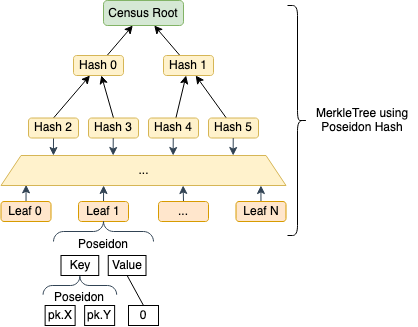
Earlier version of the draw.io export src/.vuepress/public/zk-census-proof-poseidon-merkletree-diagram.png (vocdoni/docs). Source tidied: cells renumbered, new cells last; positions are measured from the earlier drawing's top-left corner, leaving out a move shared by most shapes.
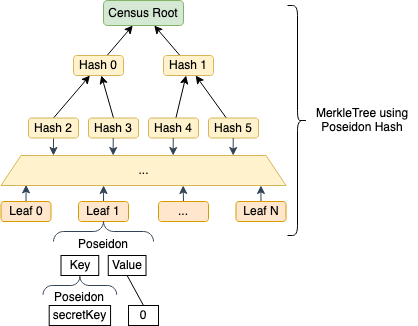
The same file after the commit.

Change to the diagram source:
```diff
@@ -131,11 +131,8 @@
     <mxCell id="39" value="Poseidon" style="text;html=1;strokeColor=none;fillColor=none;align=center;verticalAlign=middle;whiteSpace=wrap;rounded=0;" parent="1" vertex="1">
       <mxGeometry x="58.4" y="287" width="40" height="20" as="geometry" />
     </mxCell>
-    <mxCell id="40" value="pk.X" style="rounded=0;whiteSpace=wrap;html=1;" parent="1" vertex="1">
-      <mxGeometry x="43.6" y="305" width="30" height="20" as="geometry" />
+    <mxCell id="40" value="secretKey" style="rounded=0;whiteSpace=wrap;html=1;" parent="1" vertex="1">
+      <mxGeometry x="47.7" y="305" width="61.4" height="20" as="geometry" />
     </mxCell>
-    <mxCell id="41" value="pk.Y" style="rounded=0;whiteSpace=wrap;html=1;" parent="1" vertex="1">
-      <mxGeometry x="83.1" y="305" width="30" height="20" as="geometry" />
-    </mxCell>
   </root>
 </mxGraphModel>
```
